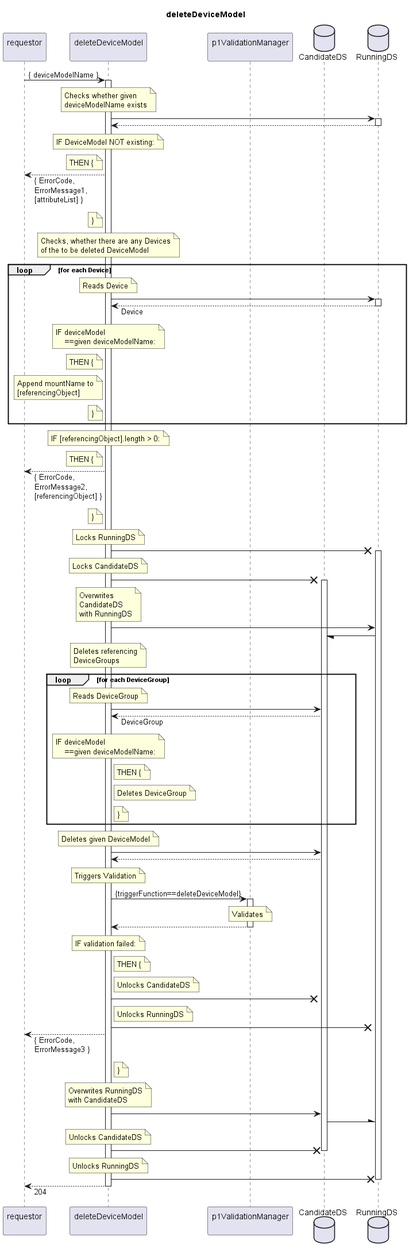
Above: spec/Services/deleteDeviceModel/1.0.0/deleteDeviceModel.png in openBackhaul/FirmWareManager (PlantUML), before the change.
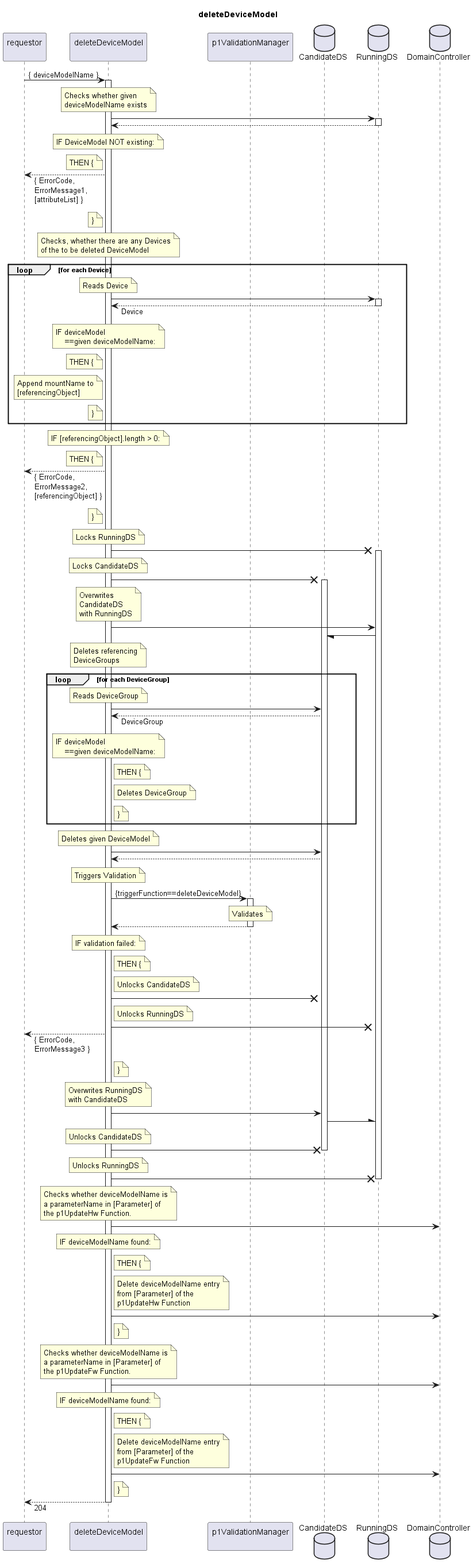
The same file after the commit.

Diff of the diagram source:
```diff
@@ -8,8 +8,10 @@
 participant "requestor\n" as requestor
 participant "deleteDeviceModel\n" as indServ
 participant "p1ValidationManager\n" as valiMan
+
 database "CandidateDS" as CanDS
 database "RunningDS" as RunDS
+database "DomainController" as DC
 
 requestor -> indServ: { deviceModelName }
 activate indServ
@@ -166,6 +168,50 @@
   indServ -X RunDS
   deactivate RunDS
 
+  note over indServ
+    Checks whether deviceModelName is
+    a parameterName in [Parameter] of
+    the p1UpdateHw Function.
+  end note
+  indServ -> DC
+  note over indServ
+    IF deviceModelName found:
+  end note
+  note right indServ
+    THEN {
+  end note
+  note right indServ
+    Delete deviceModelName entry
+    from [Parameter] of the
+    p1UpdateHw Function
+  end note
+  indServ -> DC
+  note right indServ
+    }
+  end note
+
+  note over indServ
+    Checks whether deviceModelName is
+    a parameterName in [Parameter] of
+    the p1UpdateFw Function.
+  end note
+  indServ -> DC
+  note over indServ
+    IF deviceModelName found:
+  end note
+  note right indServ
+    THEN {
+  end note
+  note right indServ
+    Delete deviceModelName entry
+    from [Parameter] of the
+    p1UpdateFw Function
+  end note
+  indServ -> DC
+  note right indServ
+    }
+  end note
+
 requestor <-- indServ: 204
 deactivate indServ
 
```
